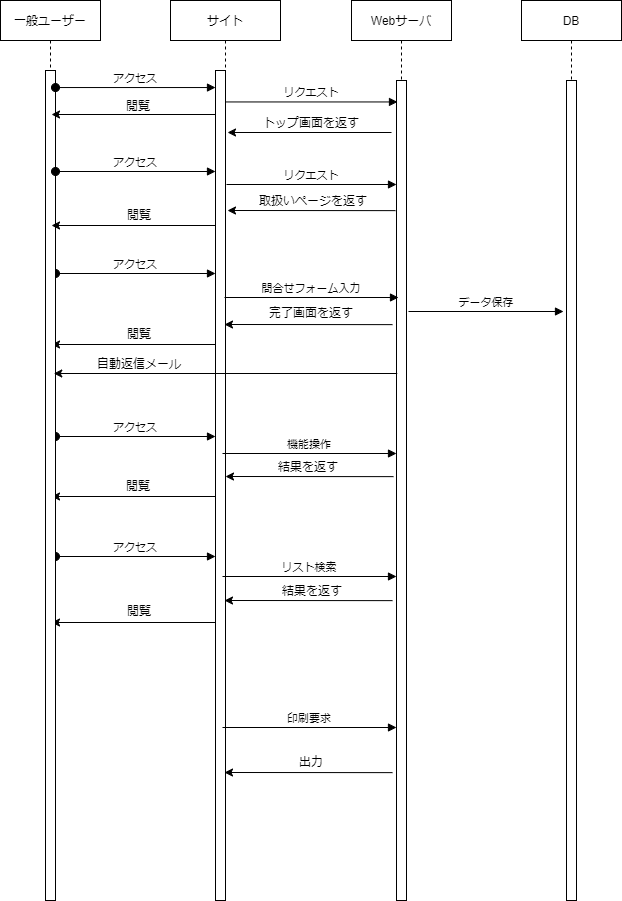
Above: シーケンス図.drawio.png in buyodo/webgis-dev-doc (draw.io), before the change. Source tidied: cells renumbered, new cells last; positions are measured from the earlier drawing's top-left corner, leaving out a move shared by most shapes.
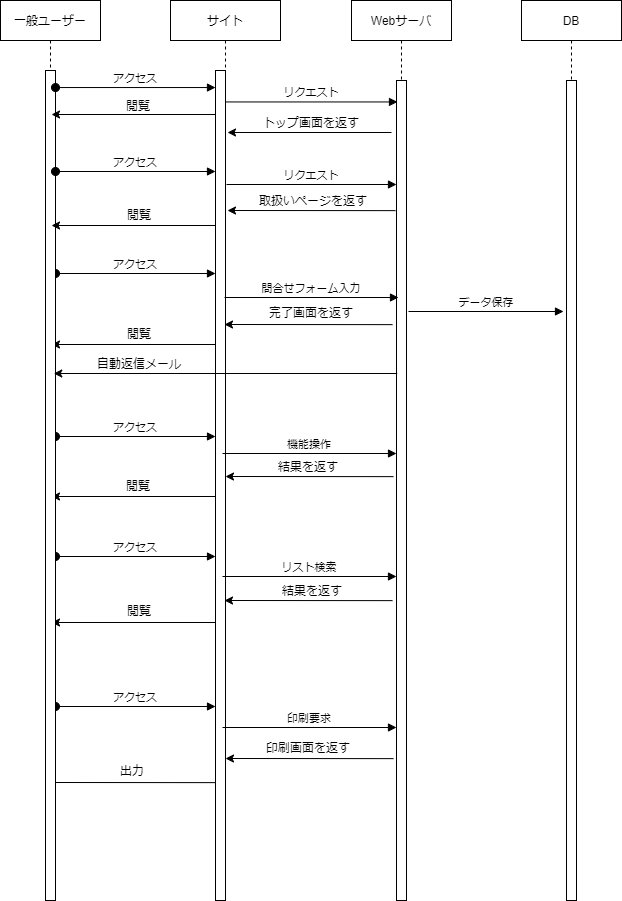
Above is the later version.

Commit message:
シーケンス図.drawio.png を更新します

What changed in the source:
```diff
@@ -50,6 +50,21 @@
         <mxPoint x="-119" y="622" as="targetPoint" />
       </mxGeometry>
     </mxCell>
+    <mxCell id="46" value="アクセス" style="verticalAlign=bottom;startArrow=oval;endArrow=block;startSize=8;shadow=0;strokeWidth=1;exitX=1;exitY=0.036;exitDx=0;exitDy=0;exitPerimeter=0;" parent="2" edge="1">
+      <mxGeometry relative="1" as="geometry">
+        <mxPoint x="-115" y="706" as="sourcePoint" />
+        <mxPoint x="45" y="706" as="targetPoint" />
+      </mxGeometry>
+    </mxCell>
+    <mxCell id="47" style="endArrow=classic;html=1;rounded=0;" parent="2" edge="1">
+      <mxGeometry relative="1" as="geometry">
+        <mxPoint x="45" y="782.1" as="sourcePoint" />
+        <mxPoint x="-123" y="782" as="targetPoint" />
+      </mxGeometry>
+    </mxCell>
+    <mxCell id="39" value="出力" style="text;html=1;strokeColor=none;fillColor=none;align=center;verticalAlign=middle;whiteSpace=wrap;rounded=0;" parent="2" vertex="1">
+      <mxGeometry x="-99" y="756" width="122" height="30.5" as="geometry" />
+    </mxCell>
     <mxCell id="11" value="リクエスト" style="verticalAlign=bottom;endArrow=block;entryX=0.1;entryY=0.019;shadow=0;strokeWidth=1;entryDx=0;entryDy=0;entryPerimeter=0;" parent="1" edge="1">
       <mxGeometry relative="1" as="geometry">
         <mxPoint x="225" y="101.5" as="sourcePoint" />
@@ -82,8 +97,8 @@
     </mxCell>
     <mxCell id="17" style="endArrow=classic;html=1;rounded=0;" parent="12" edge="1">
       <mxGeometry relative="1" as="geometry">
-        <mxPoint x="41" y="772.1" as="sourcePoint" />
-        <mxPoint x="-127" y="772" as="targetPoint" />
+        <mxPoint x="42" y="758.1" as="sourcePoint" />
+        <mxPoint x="-126" y="758" as="targetPoint" />
       </mxGeometry>
     </mxCell>
     <mxCell id="18" style="endArrow=classic;html=1;rounded=0;" parent="12" edge="1">
@@ -179,9 +194,6 @@
     <mxCell id="38" value="閲覧" style="text;html=1;strokeColor=none;fillColor=none;align=center;verticalAlign=middle;whiteSpace=wrap;rounded=0;" parent="1" vertex="1">
       <mxGeometry x="79" y="319" width="120" height="30" as="geometry" />
     </mxCell>
-    <mxCell id="39" value="出力" style="text;html=1;strokeColor=none;fillColor=none;align=center;verticalAlign=middle;whiteSpace=wrap;rounded=0;" parent="1" vertex="1">
-      <mxGeometry x="250" y="747" width="122" height="30.5" as="geometry" />
-    </mxCell>
     <mxCell id="40" value="結果を返す" style="text;html=1;strokeColor=none;fillColor=none;align=center;verticalAlign=middle;whiteSpace=wrap;rounded=0;" parent="1" vertex="1">
       <mxGeometry x="247" y="452" width="122" height="30.5" as="geometry" />
     </mxCell>
@@ -206,5 +218,8 @@
     <mxCell id="45" value="閲覧" style="text;html=1;strokeColor=none;fillColor=none;align=center;verticalAlign=middle;whiteSpace=wrap;rounded=0;" parent="1" vertex="1">
       <mxGeometry x="79" y="596" width="120" height="30" as="geometry" />
     </mxCell>
+    <mxCell id="48" value="印刷画面を返す" style="text;html=1;strokeColor=none;fillColor=none;align=center;verticalAlign=middle;whiteSpace=wrap;rounded=0;" parent="1" vertex="1">
+      <mxGeometry x="247" y="733" width="122" height="30.5" as="geometry" />
+    </mxCell>
   </root>
 </mxGraphModel>
```
